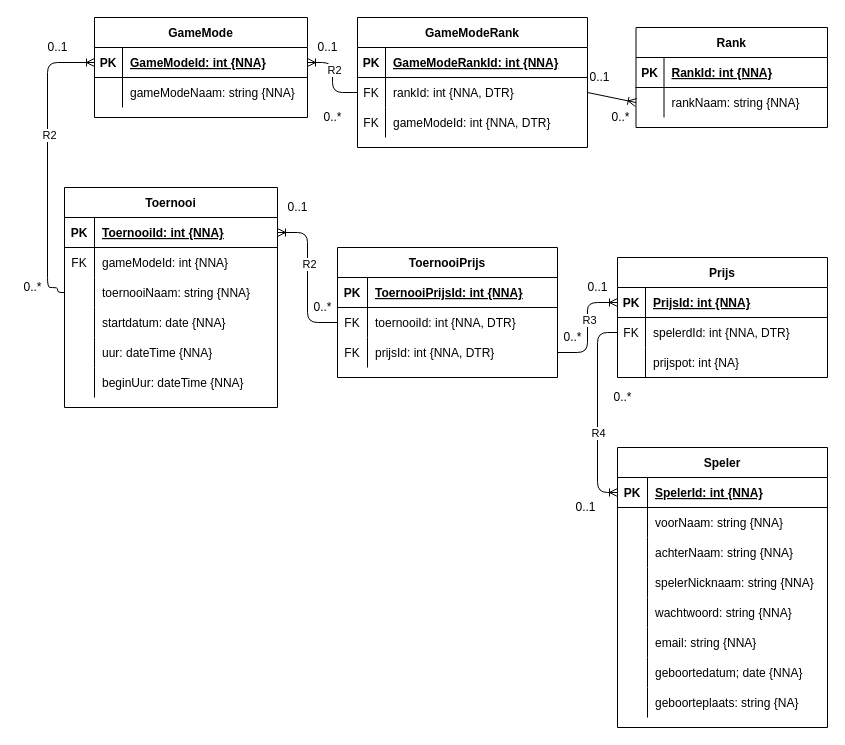
This is Querries/DM_Project_toernooi_DeRidderJoris.drawio from JorisDeRidder42/DMProject_Toernooi, a draw.io file, before an edit. Source tidied: cells renumbered, new cells numbered last; positions are measured from the earlier drawing's top-left corner, leaving out a move shared by most shapes. Both pictures are drawn from the tidied source at 100%, with x=0, y=0 at pixel (17, 17).
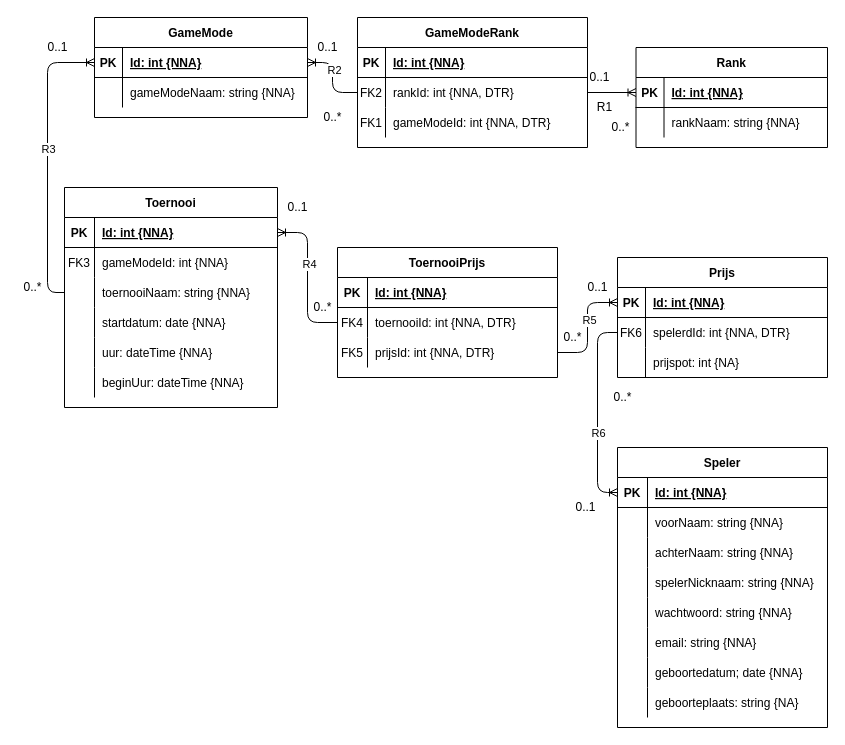
After the change.

The change refers to these unchanged cells:
```xml
<mxCell id="3" style="shape=partialRectangle;fillColor=none;top=0;left=0;bottom=1;right=0;points=[[0,0.5],[1,0.5]];portConstraint=eastwest;" parent="2" vertex="1">
  <mxGeometry y="30" width="210" height="30" as="geometry" />
</mxCell>
<mxCell id="28" style="shape=partialRectangle;fillColor=none;top=0;left=0;bottom=1;right=0;points=[[0,0.5],[1,0.5]];portConstraint=eastwest;" parent="27" vertex="1">
  <mxGeometry y="30" width="213" height="30" as="geometry" />
</mxCell>
<mxCell id="31" style="shape=partialRectangle;fillColor=none;top=0;left=0;bottom=0;right=0;" parent="27" vertex="1">
  <mxGeometry y="60" width="213" height="30" as="geometry" />
</mxCell>
<mxCell id="34" style="shape=partialRectangle;fillColor=none;top=0;left=0;bottom=0;right=0;points=[[0,0.5],[1,0.5]];portConstraint=eastwest;" parent="27" vertex="1">
  <mxGeometry y="90" width="213" height="30" as="geometry" />
</mxCell>
<mxCell id="47" style="shape=partialRectangle;fillColor=none;top=0;left=0;bottom=1;right=0;points=[[0,0.5],[1,0.5]];portConstraint=eastwest;" parent="46" vertex="1">
  <mxGeometry y="30" width="210" height="30" as="geometry" />
</mxCell>
<mxCell id="50" style="shape=partialRectangle;fillColor=none;top=0;left=0;bottom=0;right=0;points=[[0,0.5],[1,0.5]];portConstraint=eastwest;" parent="46" vertex="1">
  <mxGeometry y="60" width="210" height="30" as="geometry" />
</mxCell>
<mxCell id="57" style="shape=partialRectangle;fillColor=none;top=0;left=0;bottom=1;right=0;" parent="56" vertex="1">
  <mxGeometry y="30" width="220" height="30" as="geometry" />
</mxCell>
<mxCell id="60" style="shape=partialRectangle;fillColor=none;top=0;left=0;bottom=0;right=0;points=[[0,0.5],[1,0.5]];portConstraint=eastwest;" parent="56" vertex="1">
  <mxGeometry y="60" width="220" height="30" as="geometry" />
</mxCell>
<mxCell id="63" style="shape=partialRectangle;fillColor=none;top=0;left=0;bottom=0;right=0;points=[[0,0.5],[1,0.5]];portConstraint=eastwest;" parent="56" vertex="1">
  <mxGeometry y="90" width="220" height="30" as="geometry" />
</mxCell>
<mxCell id="66" style="edgeStyle=entityRelationEdgeStyle;fontSize=12;html=1;endArrow=ERoneToMany;entryX=0;entryY=0.5;entryDx=0;entryDy=0;exitX=1;exitY=0.5;exitDx=0;exitDy=0;" parent="1" edge="1" source="63" target="47">
  <mxGeometry relative="1" as="geometry" />
</mxCell>
<mxCell id="68" style="edgeStyle=entityRelationEdgeStyle;fontSize=12;html=1;endArrow=ERoneToMany;entryX=1;entryY=0.5;entryDx=0;entryDy=0;exitX=0;exitY=0.5;exitDx=0;exitDy=0;" parent="1" edge="1" source="60" target="28">
  <mxGeometry relative="1" as="geometry" />
</mxCell>
<mxCell id="70" style="edgeStyle=orthogonalEdgeStyle;fontSize=12;html=1;endArrow=ERoneToMany;entryX=0;entryY=0.5;entryDx=0;entryDy=0;exitX=0;exitY=0.5;exitDx=0;exitDy=0;" parent="1" edge="1" source="50" target="3">
  <mxGeometry relative="1" as="geometry">
    <Array as="points">
      <mxPoint x="580" y="315" />
      <mxPoint x="580" y="475" />
    </Array>
  </mxGeometry>
</mxCell>
<mxCell id="78" style="shape=partialRectangle;fillColor=none;top=0;left=0;bottom=1;right=0;points=[[0,0.5],[1,0.5]];portConstraint=eastwest;" parent="77" vertex="1">
  <mxGeometry y="30" width="213" height="30" as="geometry" />
</mxCell>
<mxCell id="85" style="shape=partialRectangle;fillColor=none;top=0;left=0;bottom=1;right=0;" parent="84" vertex="1">
  <mxGeometry y="30" width="230" height="30" as="geometry" />
</mxCell>
<mxCell id="88" style="shape=partialRectangle;fillColor=none;top=0;left=0;bottom=0;right=0;points=[[0,0.5],[1,0.5]];portConstraint=eastwest;" parent="84" vertex="1">
  <mxGeometry y="60" width="230" height="30" as="geometry" />
</mxCell>
<mxCell id="91" style="shape=partialRectangle;fillColor=none;top=0;left=0;bottom=0;right=0;" parent="84" vertex="1">
  <mxGeometry y="90" width="230" height="30" as="geometry" />
</mxCell>
<mxCell id="95" style="shape=partialRectangle;fillColor=none;top=0;left=0;bottom=1;right=0;points=[[0,0.5],[1,0.5]];portConstraint=eastwest;" parent="94" vertex="1">
  <mxGeometry y="30" width="191.5" height="30" as="geometry" />
</mxCell>
<mxCell id="98" style="shape=partialRectangle;fillColor=none;top=0;left=0;bottom=0;right=0;points=[[0,0.5],[1,0.5]];portConstraint=eastwest;" parent="94" vertex="1">
  <mxGeometry y="60" width="191.5" height="30" as="geometry" />
</mxCell>
```

Change to the diagram source:
```diff
@@
-    <mxCell id="5" value="SpelerId: int {NNA}" style="shape=partialRectangle;fillColor=none;top=0;left=0;bottom=0;right=0;align=left;spacingLeft=6;fontStyle=5;overflow=hidden;" parent="3" vertex="1">
+    <mxCell id="5" value="Id: int {NNA}" style="shape=partialRectangle;fillColor=none;top=0;left=0;bottom=0;right=0;align=left;spacingLeft=6;fontStyle=5;overflow=hidden;" parent="3" vertex="1">
       <mxGeometry x="30" width="180" height="30" as="geometry" />
     </mxCell>
@@
-    <mxCell id="30" value="ToernooiId: int {NNA}" style="shape=partialRectangle;fillColor=none;top=0;left=0;bottom=0;right=0;align=left;spacingLeft=6;fontStyle=5;overflow=hidden;" parent="28" vertex="1">
+    <mxCell id="30" value="Id: int {NNA}" style="shape=partialRectangle;fillColor=none;top=0;left=0;bottom=0;right=0;align=left;spacingLeft=6;fontStyle=5;overflow=hidden;" parent="28" vertex="1">
       <mxGeometry x="30" width="183" height="30" as="geometry" />
     </mxCell>
@@
-    <mxCell id="32" value="FK" style="shape=partialRectangle;fillColor=none;top=0;left=0;bottom=0;right=0;fontStyle=0;overflow=hidden;" parent="31" vertex="1">
+    <mxCell id="32" value="FK3" style="shape=partialRectangle;fillColor=none;top=0;left=0;bottom=0;right=0;fontStyle=0;overflow=hidden;" parent="31" vertex="1">
       <mxGeometry width="30" height="30" as="geometry" />
     </mxCell>
@@
-    <mxCell id="49" value="PrijsId: int {NNA}" style="shape=partialRectangle;fillColor=none;top=0;left=0;bottom=0;right=0;align=left;spacingLeft=6;fontStyle=5;overflow=hidden;" parent="47" vertex="1">
+    <mxCell id="49" value="Id: int {NNA}" style="shape=partialRectangle;fillColor=none;top=0;left=0;bottom=0;right=0;align=left;spacingLeft=6;fontStyle=5;overflow=hidden;" parent="47" vertex="1">
       <mxGeometry x="28" width="182" height="30" as="geometry" />
     </mxCell>
@@
-    <mxCell id="51" value="FK" style="shape=partialRectangle;fillColor=none;top=0;left=0;bottom=0;right=0;overflow=hidden;" parent="50" vertex="1">
+    <mxCell id="51" value="FK6" style="shape=partialRectangle;fillColor=none;top=0;left=0;bottom=0;right=0;overflow=hidden;" parent="50" vertex="1">
       <mxGeometry width="28" height="30" as="geometry" />
     </mxCell>
@@
-    <mxCell id="59" value="ToernooiPrijsId: int {NNA}" style="shape=partialRectangle;fillColor=none;top=0;left=0;bottom=0;right=0;align=left;spacingLeft=6;fontStyle=5;overflow=hidden;" parent="57" vertex="1">
+    <mxCell id="59" value="Id: int {NNA}" style="shape=partialRectangle;fillColor=none;top=0;left=0;bottom=0;right=0;align=left;spacingLeft=6;fontStyle=5;overflow=hidden;" parent="57" vertex="1">
       <mxGeometry x="30" width="190" height="30" as="geometry" />
     </mxCell>
@@
-    <mxCell id="61" value="FK" style="shape=partialRectangle;fillColor=none;top=0;left=0;bottom=0;right=0;overflow=hidden;" parent="60" vertex="1">
+    <mxCell id="61" value="FK4" style="shape=partialRectangle;fillColor=none;top=0;left=0;bottom=0;right=0;overflow=hidden;" parent="60" vertex="1">
       <mxGeometry width="30" height="30" as="geometry" />
     </mxCell>
@@
-    <mxCell id="64" value="FK" style="shape=partialRectangle;fillColor=none;top=0;left=0;bottom=0;right=0;overflow=hidden;" parent="63" vertex="1">
+    <mxCell id="64" value="FK5" style="shape=partialRectangle;fillColor=none;top=0;left=0;bottom=0;right=0;overflow=hidden;" parent="63" vertex="1">
       <mxGeometry width="30" height="30" as="geometry" />
     </mxCell>
@@
-    <mxCell id="67" value="R3" style="edgeLabel;html=1;align=center;verticalAlign=middle;" parent="66" vertex="1">
+    <mxCell id="67" value="R5" style="edgeLabel;html=1;align=center;verticalAlign=middle;" parent="66" vertex="1">
       <mxGeometry x="0.15" y="-1" relative="1" as="geometry" />
     </mxCell>
@@
-    <mxCell id="69" value="R2" style="edgeLabel;html=1;align=center;verticalAlign=middle;" parent="68" vertex="1">
+    <mxCell id="69" value="R4" style="edgeLabel;html=1;align=center;verticalAlign=middle;" parent="68" vertex="1">
       <mxGeometry x="0.19" y="-1" relative="1" as="geometry" />
     </mxCell>
@@
-    <mxCell id="71" value="R4" style="edgeLabel;html=1;align=center;verticalAlign=middle;" parent="70" vertex="1">
+    <mxCell id="71" value="R6" style="edgeLabel;html=1;align=center;verticalAlign=middle;" parent="70" vertex="1">
       <mxGeometry x="0.2" relative="1" as="geometry" />
     </mxCell>
@@
-    <mxCell id="80" value="GameModeId: int {NNA}" style="shape=partialRectangle;fillColor=none;top=0;left=0;bottom=0;right=0;align=left;spacingLeft=6;fontStyle=5;overflow=hidden;" parent="78" vertex="1">
+    <mxCell id="80" value="Id: int {NNA}" style="shape=partialRectangle;fillColor=none;top=0;left=0;bottom=0;right=0;align=left;spacingLeft=6;fontStyle=5;overflow=hidden;" parent="78" vertex="1">
       <mxGeometry x="28" width="185" height="30" as="geometry" />
     </mxCell>
@@
-    <mxCell id="87" value="GameModeRankId: int {NNA}" style="shape=partialRectangle;fillColor=none;top=0;left=0;bottom=0;right=0;align=left;spacingLeft=6;fontStyle=5;overflow=hidden;" parent="85" vertex="1">
+    <mxCell id="87" value="Id: int {NNA}" style="shape=partialRectangle;fillColor=none;top=0;left=0;bottom=0;right=0;align=left;spacingLeft=6;fontStyle=5;overflow=hidden;" parent="85" vertex="1">
       <mxGeometry x="28" width="202" height="30" as="geometry" />
     </mxCell>
@@
-    <mxCell id="89" value="FK" style="shape=partialRectangle;fillColor=none;top=0;left=0;bottom=0;right=0;fontStyle=0;overflow=hidden;" parent="88" vertex="1">
+    <mxCell id="89" value="FK2" style="shape=partialRectangle;fillColor=none;top=0;left=0;bottom=0;right=0;fontStyle=0;overflow=hidden;" parent="88" vertex="1">
       <mxGeometry width="28" height="30" as="geometry" />
     </mxCell>
@@
-    <mxCell id="92" value="FK" style="shape=partialRectangle;fillColor=none;top=0;left=0;bottom=0;right=0;fontStyle=0;overflow=hidden;" parent="91" vertex="1">
+    <mxCell id="92" value="FK1" style="shape=partialRectangle;fillColor=none;top=0;left=0;bottom=0;right=0;fontStyle=0;overflow=hidden;" parent="91" vertex="1">
       <mxGeometry width="28" height="30" as="geometry" />
     </mxCell>
@@
     <mxCell id="94" value="Rank" style="shape=table;startSize=30;childLayout=tableLayout;rowLines=0;fontStyle=1;align=center;" parent="1" vertex="1">
-      <mxGeometry x="618.5" y="10" width="191.5" height="100" as="geometry" />
+      <mxGeometry x="618.5" y="30" width="191.5" height="100" as="geometry" />
     </mxCell>
@@
-    <mxCell id="97" value="RankId: int {NNA}" style="shape=partialRectangle;fillColor=none;top=0;left=0;bottom=0;right=0;align=left;spacingLeft=6;fontStyle=5;overflow=hidden;" parent="95" vertex="1">
+    <mxCell id="97" value="Id: int {NNA}" style="shape=partialRectangle;fillColor=none;top=0;left=0;bottom=0;right=0;align=left;spacingLeft=6;fontStyle=5;overflow=hidden;" parent="95" vertex="1">
       <mxGeometry x="28" width="163.5" height="30" as="geometry" />
     </mxCell>
@@
     <mxCell id="103" style="edgeStyle=orthogonalEdgeStyle;fontSize=12;html=1;endArrow=ERoneToMany;entryX=0;entryY=0.5;entryDx=0;entryDy=0;exitX=0;exitY=0.5;exitDx=0;exitDy=0;" parent="1" edge="1" source="34" target="78">
       <mxGeometry relative="1" as="geometry">
         <Array as="points">
-          <mxPoint x="40" y="275" />
-          <mxPoint x="40" y="270" />
-          <mxPoint x="30" y="270" />
+          <mxPoint x="30" y="275" />
           <mxPoint x="30" y="45" />
         </Array>
       </mxGeometry>
     </mxCell>
-    <mxCell id="104" value="R2" style="edgeLabel;html=1;align=center;verticalAlign=middle;" parent="103" vertex="1">
-      <mxGeometry x="0.19" y="-1" relative="1" as="geometry" />
-    </mxCell>
+    <mxCell id="113" value="R3" style="edgeLabel;html=1;align=center;verticalAlign=middle;" parent="103" vertex="1">
+      <mxGeometry x="0.18" y="-4" relative="1" as="geometry">
+        <mxPoint x="-4" y="12" as="offset" />
+      </mxGeometry>
+    </mxCell>
@@
-    <mxCell id="107" style="fontSize=12;html=1;endArrow=ERoneToMany;entryX=0;entryY=0.5;entryDx=0;entryDy=0;exitX=1;exitY=0.5;exitDx=0;exitDy=0;" parent="1" edge="1" source="88" target="98">
+    <mxCell id="107" style="fontSize=12;html=1;endArrow=ERoneToMany;entryX=0;entryY=0.5;entryDx=0;entryDy=0;exitX=1;exitY=0.5;exitDx=0;exitDy=0;" parent="1" edge="1" source="88" target="95">
       <mxGeometry relative="1" as="geometry" />
     </mxCell>
@@
     <mxCell id="110" value="0..*" style="text;html=1;align=center;verticalAlign=middle;" parent="1" vertex="1">
-      <mxGeometry x="588" y="90" width="30" height="20" as="geometry" />
+      <mxGeometry x="588" y="100" width="30" height="20" as="geometry" />
     </mxCell>
@@
+    <mxCell id="114" value="R1" style="text;html=1;align=center;verticalAlign=middle;strokeColor=none;" parent="1" vertex="1">
+      <mxGeometry x="572" y="80" width="30" height="20" as="geometry" />
+    </mxCell>
```
